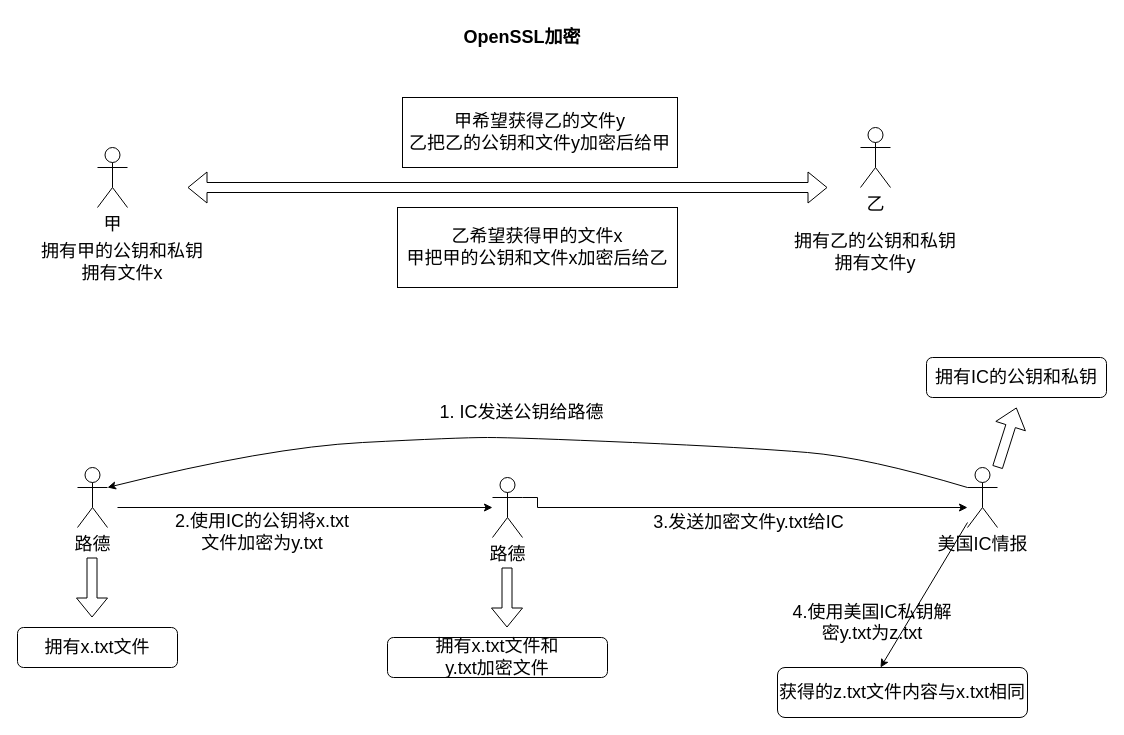
sjwayrhz/diagrams keeps this draw.io diagram as juneyao/key.drawio. Above is the earlier version. Source tidied: cells renumbered, new cells numbered last; positions are measured from the earlier drawing's top-left corner, leaving out a move shared by most shapes. Both pictures are drawn from the tidied source at 100%, with x=0, y=0 at pixel (17, 17).
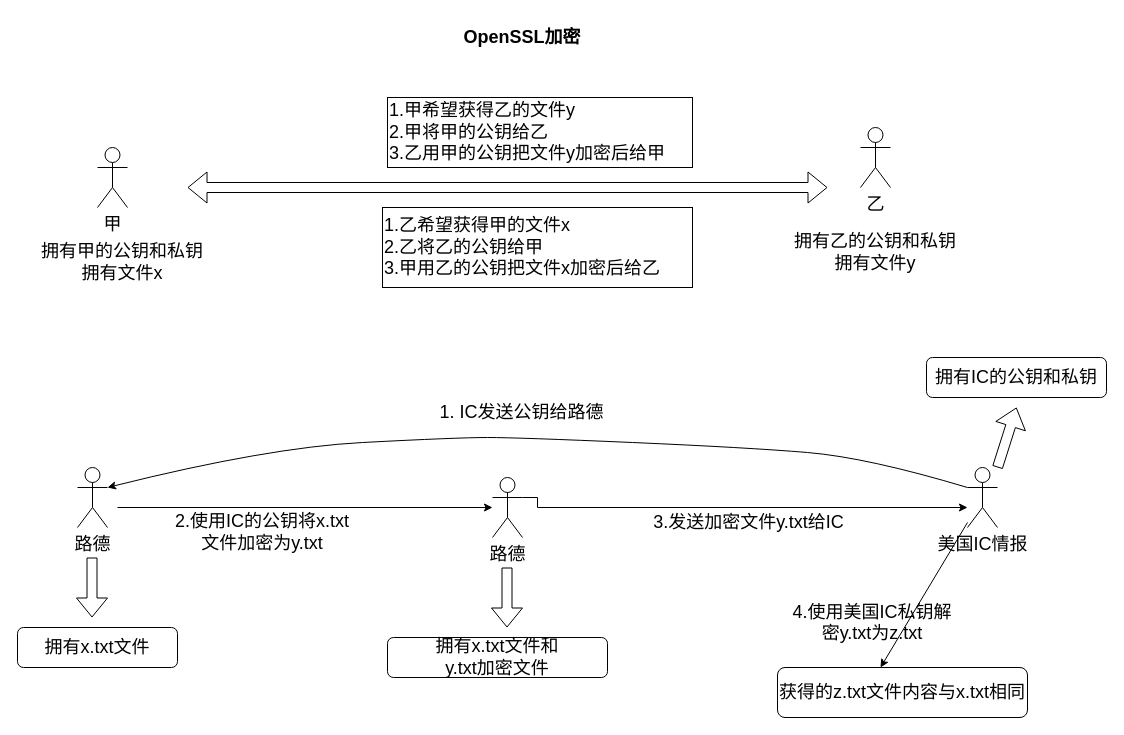
Above is the later version.

What changed in the source:
```diff
@@
-    <mxCell id="29" value="&lt;div&gt;甲希望获得乙的文件y&lt;/div&gt;&lt;div&gt;乙把乙的公钥和文件y加密后给甲&lt;/div&gt;" style="rounded=0;whiteSpace=wrap;html=1;fontSize=18;" parent="1" vertex="1">
-      <mxGeometry x="385" y="80" width="275" height="70" as="geometry" />
+    <mxCell id="29" value="&lt;div align=&quot;left&quot;&gt;1.甲希望获得乙的文件y&lt;/div&gt;&lt;div align=&quot;left&quot;&gt;2.甲将甲的公钥给乙&lt;br&gt;&lt;/div&gt;&lt;div align=&quot;left&quot;&gt;3.乙用甲的公钥把文件y加密后给甲&lt;/div&gt;" style="rounded=0;whiteSpace=wrap;html=1;fontSize=18;align=left;" parent="1" vertex="1">
+      <mxGeometry x="370" y="80" width="305" height="70" as="geometry" />
     </mxCell>
-    <mxCell id="30" value="&lt;div&gt;&lt;div&gt;&lt;div&gt;&lt;div&gt;乙希望获得甲的文件x&lt;/div&gt;&lt;/div&gt;&lt;/div&gt;&lt;/div&gt;&lt;div&gt;甲把甲的公钥和文件x加密后给乙&lt;/div&gt;" style="rounded=0;whiteSpace=wrap;html=1;fontSize=18;" parent="1" vertex="1">
-      <mxGeometry x="380" y="190" width="280" height="80" as="geometry" />
+    <mxCell id="30" value="&lt;div align=&quot;left&quot;&gt;&lt;div&gt;&lt;div&gt;&lt;div&gt;1.乙希望获得甲的文件x&lt;/div&gt;&lt;div&gt;2.乙将乙的公钥给甲&lt;br&gt;&lt;/div&gt;&lt;/div&gt;&lt;/div&gt;&lt;/div&gt;&lt;div align=&quot;left&quot;&gt;3.甲用乙的公钥把文件x加密后给乙&lt;/div&gt;" style="rounded=0;whiteSpace=wrap;html=1;fontSize=18;align=left;" parent="1" vertex="1">
+      <mxGeometry x="365" y="190" width="310" height="80" as="geometry" />
     </mxCell>
```
